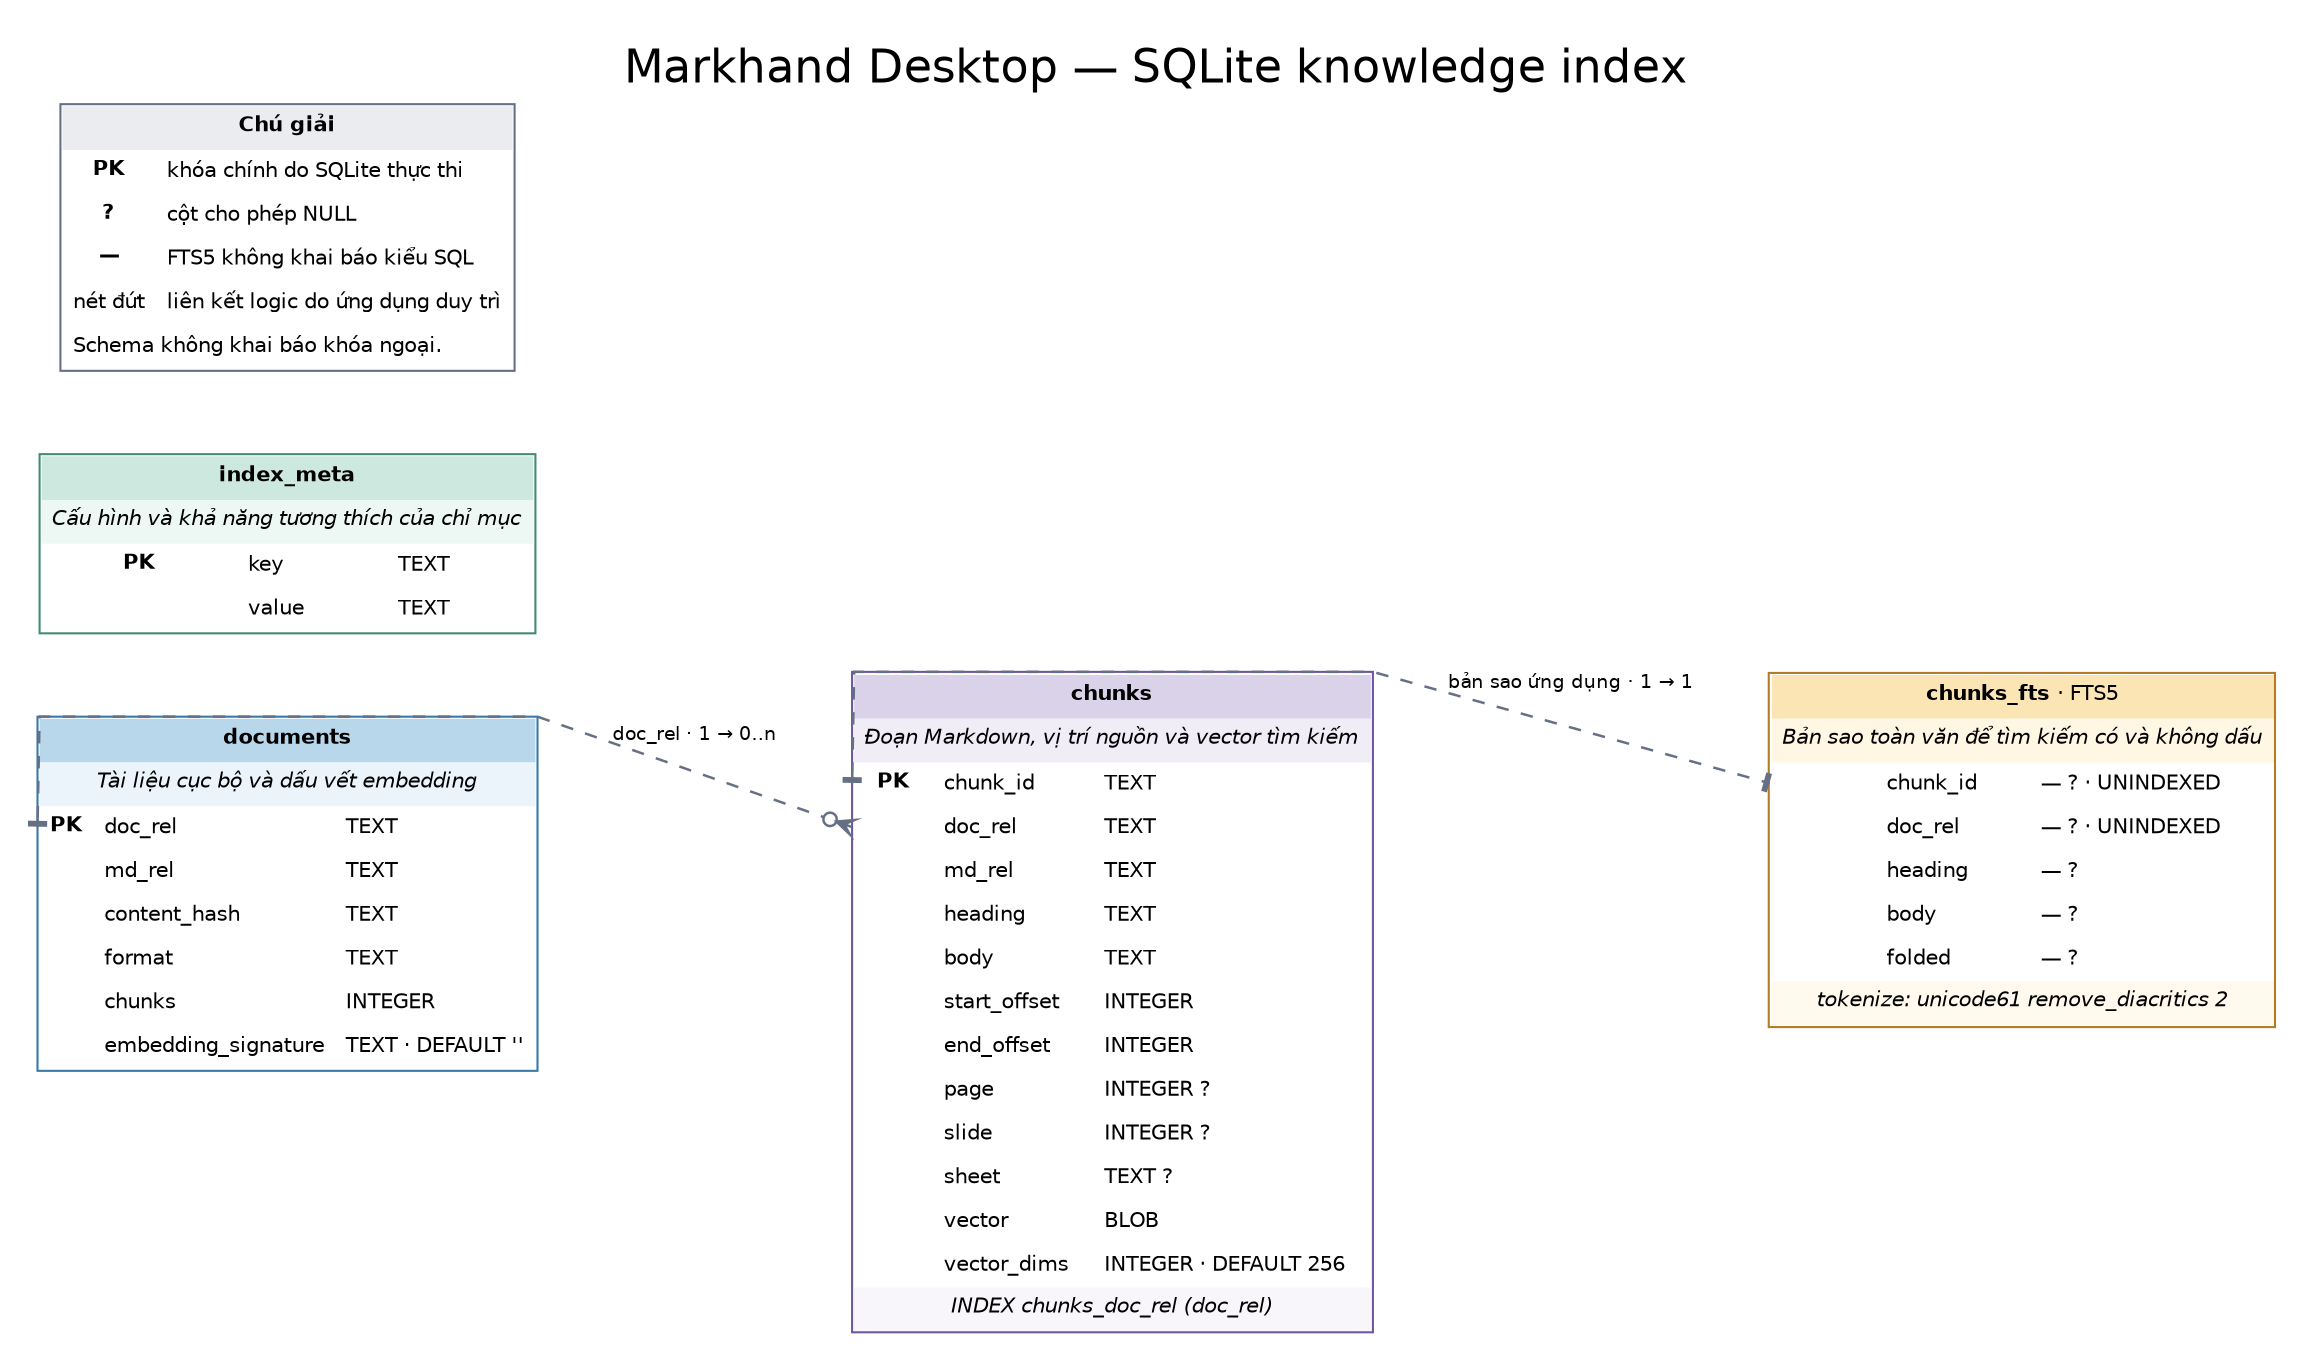
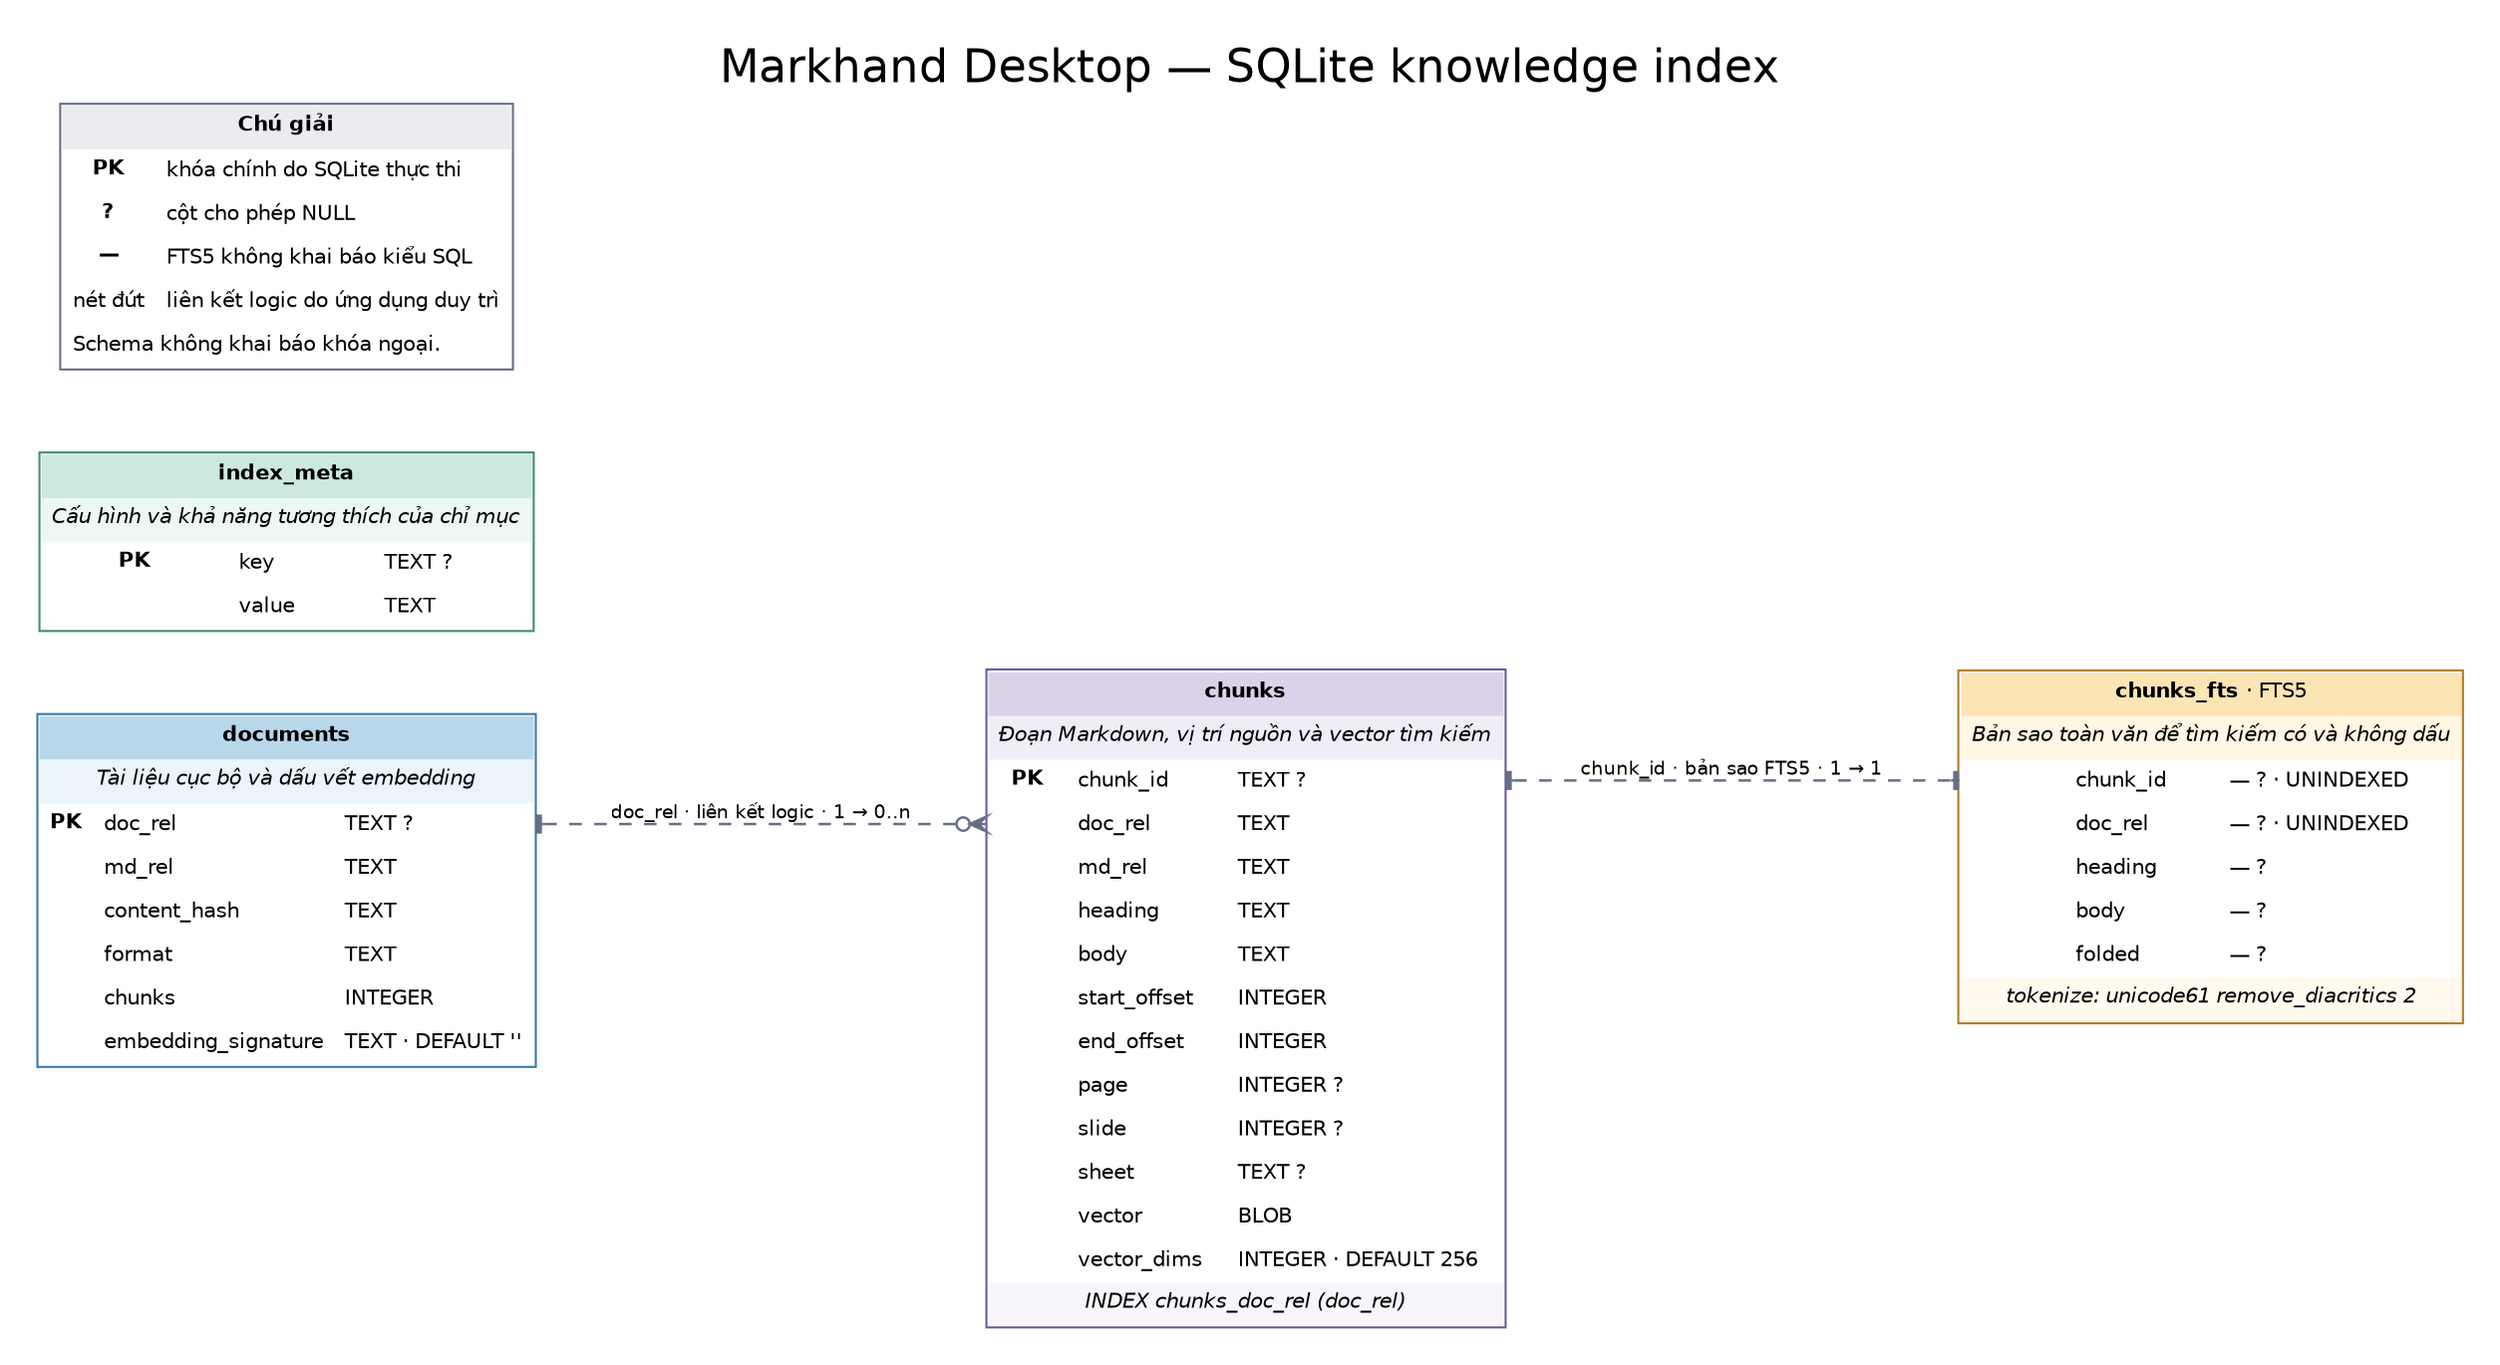
digraph markhand_desktop_sqlite {
  graph [
    label="Markhand Desktop — SQLite knowledge index",
    labelloc=t,
    fontsize=22,
    fontname="DejaVu Sans",
    bgcolor="white",
    rankdir=LR,
    splines=polyline,
    nodesep=0.55,
    ranksep=1.00,
    pad=0.25,
    charset="UTF-8"
  ];
  node [shape=plain, fontname="DejaVu Sans", fontsize=10];
  edge [
    color="#667085",
    penwidth=1.2,
    arrowsize=0.8,
    dir=both,
    fontname="DejaVu Sans",
    fontsize=9
  ];

  documents [label=<
    <TABLE BORDER="1" CELLBORDER="0" CELLSPACING="0" CELLPADDING="5" COLOR="#3979A8">
      <TR><TD BGCOLOR="#B9D7EA" COLSPAN="3"><B>documents</B></TD></TR>
      <TR><TD BGCOLOR="#EAF4FA" COLSPAN="3"><I>Tài liệu cục bộ và dấu vết embedding</I></TD></TR>
-       <TR><TD PORT="doc_rel"><B>PK</B></TD><TD ALIGN="LEFT">doc_rel</TD><TD ALIGN="LEFT">TEXT</TD></TR>
+       <TR><TD><B>PK</B></TD><TD ALIGN="LEFT">doc_rel</TD><TD PORT="doc_rel_out" ALIGN="LEFT">TEXT ?</TD></TR>
      <TR><TD></TD><TD ALIGN="LEFT">md_rel</TD><TD ALIGN="LEFT">TEXT</TD></TR>
      <TR><TD></TD><TD ALIGN="LEFT">content_hash</TD><TD ALIGN="LEFT">TEXT</TD></TR>
      <TR><TD></TD><TD ALIGN="LEFT">format</TD><TD ALIGN="LEFT">TEXT</TD></TR>
      <TR><TD></TD><TD ALIGN="LEFT">chunks</TD><TD ALIGN="LEFT">INTEGER</TD></TR>
      <TR><TD></TD><TD ALIGN="LEFT">embedding_signature</TD><TD ALIGN="LEFT">TEXT · DEFAULT ''</TD></TR>
    </TABLE>
  >];

  chunks [label=<
    <TABLE BORDER="1" CELLBORDER="0" CELLSPACING="0" CELLPADDING="5" COLOR="#6E56A0">
      <TR><TD BGCOLOR="#D9D2E9" COLSPAN="3"><B>chunks</B></TD></TR>
      <TR><TD BGCOLOR="#F1EDF7" COLSPAN="3"><I>Đoạn Markdown, vị trí nguồn và vector tìm kiếm</I></TD></TR>
-       <TR><TD PORT="chunk_id"><B>PK</B></TD><TD ALIGN="LEFT">chunk_id</TD><TD ALIGN="LEFT">TEXT</TD></TR>
-       <TR><TD PORT="doc_rel"></TD><TD ALIGN="LEFT">doc_rel</TD><TD ALIGN="LEFT">TEXT</TD></TR>
+       <TR><TD><B>PK</B></TD><TD ALIGN="LEFT">chunk_id</TD><TD PORT="chunk_id_out" ALIGN="LEFT">TEXT ?</TD></TR>
+       <TR><TD PORT="doc_rel_in"></TD><TD ALIGN="LEFT">doc_rel</TD><TD ALIGN="LEFT">TEXT</TD></TR>
      <TR><TD></TD><TD ALIGN="LEFT">md_rel</TD><TD ALIGN="LEFT">TEXT</TD></TR>
      <TR><TD></TD><TD ALIGN="LEFT">heading</TD><TD ALIGN="LEFT">TEXT</TD></TR>
      <TR><TD></TD><TD ALIGN="LEFT">body</TD><TD ALIGN="LEFT">TEXT</TD></TR>
      <TR><TD></TD><TD ALIGN="LEFT">start_offset</TD><TD ALIGN="LEFT">INTEGER</TD></TR>
      <TR><TD></TD><TD ALIGN="LEFT">end_offset</TD><TD ALIGN="LEFT">INTEGER</TD></TR>
      <TR><TD></TD><TD ALIGN="LEFT">page</TD><TD ALIGN="LEFT">INTEGER ?</TD></TR>
      <TR><TD></TD><TD ALIGN="LEFT">slide</TD><TD ALIGN="LEFT">INTEGER ?</TD></TR>
      <TR><TD></TD><TD ALIGN="LEFT">sheet</TD><TD ALIGN="LEFT">TEXT ?</TD></TR>
      <TR><TD></TD><TD ALIGN="LEFT">vector</TD><TD ALIGN="LEFT">BLOB</TD></TR>
      <TR><TD></TD><TD ALIGN="LEFT">vector_dims</TD><TD ALIGN="LEFT">INTEGER · DEFAULT 256</TD></TR>
      <TR><TD BGCOLOR="#F8F6FB" COLSPAN="3"><I>INDEX chunks_doc_rel (doc_rel)</I></TD></TR>
    </TABLE>
  >];

  index_meta [label=<
    <TABLE BORDER="1" CELLBORDER="0" CELLSPACING="0" CELLPADDING="5" COLOR="#408B76">
      <TR><TD BGCOLOR="#CDE8DF" COLSPAN="3"><B>index_meta</B></TD></TR>
      <TR><TD BGCOLOR="#EDF8F4" COLSPAN="3"><I>Cấu hình và khả năng tương thích của chỉ mục</I></TD></TR>
-       <TR><TD PORT="key"><B>PK</B></TD><TD ALIGN="LEFT">key</TD><TD ALIGN="LEFT">TEXT</TD></TR>
+       <TR><TD><B>PK</B></TD><TD ALIGN="LEFT">key</TD><TD ALIGN="LEFT">TEXT ?</TD></TR>
      <TR><TD></TD><TD ALIGN="LEFT">value</TD><TD ALIGN="LEFT">TEXT</TD></TR>
    </TABLE>
  >];

  chunks_fts [label=<
    <TABLE BORDER="1" CELLBORDER="0" CELLSPACING="0" CELLPADDING="5" COLOR="#B47B25">
      <TR><TD BGCOLOR="#FCE5B5" COLSPAN="3"><B>chunks_fts</B> · FTS5</TD></TR>
      <TR><TD BGCOLOR="#FFF6E4" COLSPAN="3"><I>Bản sao toàn văn để tìm kiếm có và không dấu</I></TD></TR>
-       <TR><TD PORT="chunk_id"></TD><TD ALIGN="LEFT">chunk_id</TD><TD ALIGN="LEFT">— ? · UNINDEXED</TD></TR>
+       <TR><TD PORT="chunk_id_in"></TD><TD ALIGN="LEFT">chunk_id</TD><TD ALIGN="LEFT">— ? · UNINDEXED</TD></TR>
      <TR><TD></TD><TD ALIGN="LEFT">doc_rel</TD><TD ALIGN="LEFT">— ? · UNINDEXED</TD></TR>
      <TR><TD></TD><TD ALIGN="LEFT">heading</TD><TD ALIGN="LEFT">— ?</TD></TR>
      <TR><TD></TD><TD ALIGN="LEFT">body</TD><TD ALIGN="LEFT">— ?</TD></TR>
      <TR><TD></TD><TD ALIGN="LEFT">folded</TD><TD ALIGN="LEFT">— ?</TD></TR>
      <TR><TD BGCOLOR="#FFF9EE" COLSPAN="3"><I>tokenize: unicode61 remove_diacritics 2</I></TD></TR>
    </TABLE>
  >];

  legend [label=<
    <TABLE BORDER="1" CELLBORDER="0" CELLSPACING="0" CELLPADDING="5" COLOR="#667085">
      <TR><TD BGCOLOR="#EAECF0" COLSPAN="2"><B>Chú giải</B></TD></TR>
      <TR><TD><B>PK</B></TD><TD ALIGN="LEFT">khóa chính do SQLite thực thi</TD></TR>
      <TR><TD><B>?</B></TD><TD ALIGN="LEFT">cột cho phép NULL</TD></TR>
      <TR><TD><B>—</B></TD><TD ALIGN="LEFT">FTS5 không khai báo kiểu SQL</TD></TR>
      <TR><TD>nét đứt</TD><TD ALIGN="LEFT">liên kết logic do ứng dụng duy trì</TD></TR>
      <TR><TD COLSPAN="2" ALIGN="LEFT">Schema không khai báo khóa ngoại.</TD></TR>
    </TABLE>
  >];

  // Logical links only: the SQLite schema declares no FOREIGN KEY constraints.
-   documents:doc_rel -> chunks:doc_rel [
+   documents:doc_rel_out:e -> chunks:doc_rel_in:w [
    style=dashed,
    arrowtail=tee,
    arrowhead="crowodot",
-     label="doc_rel · 1 → 0..n"
+     label="doc_rel · liên kết logic · 1 → 0..n"
  ];
-   chunks:chunk_id -> chunks_fts:chunk_id [
+   chunks:chunk_id_out:e -> chunks_fts:chunk_id_in:w [
    style=dashed,
    arrowtail=tee,
    arrowhead=tee,
-     label="bản sao ứng dụng · 1 → 1"
+     label="chunk_id · bản sao FTS5 · 1 → 1"
  ];

  { rank=same; documents; index_meta; }
}
